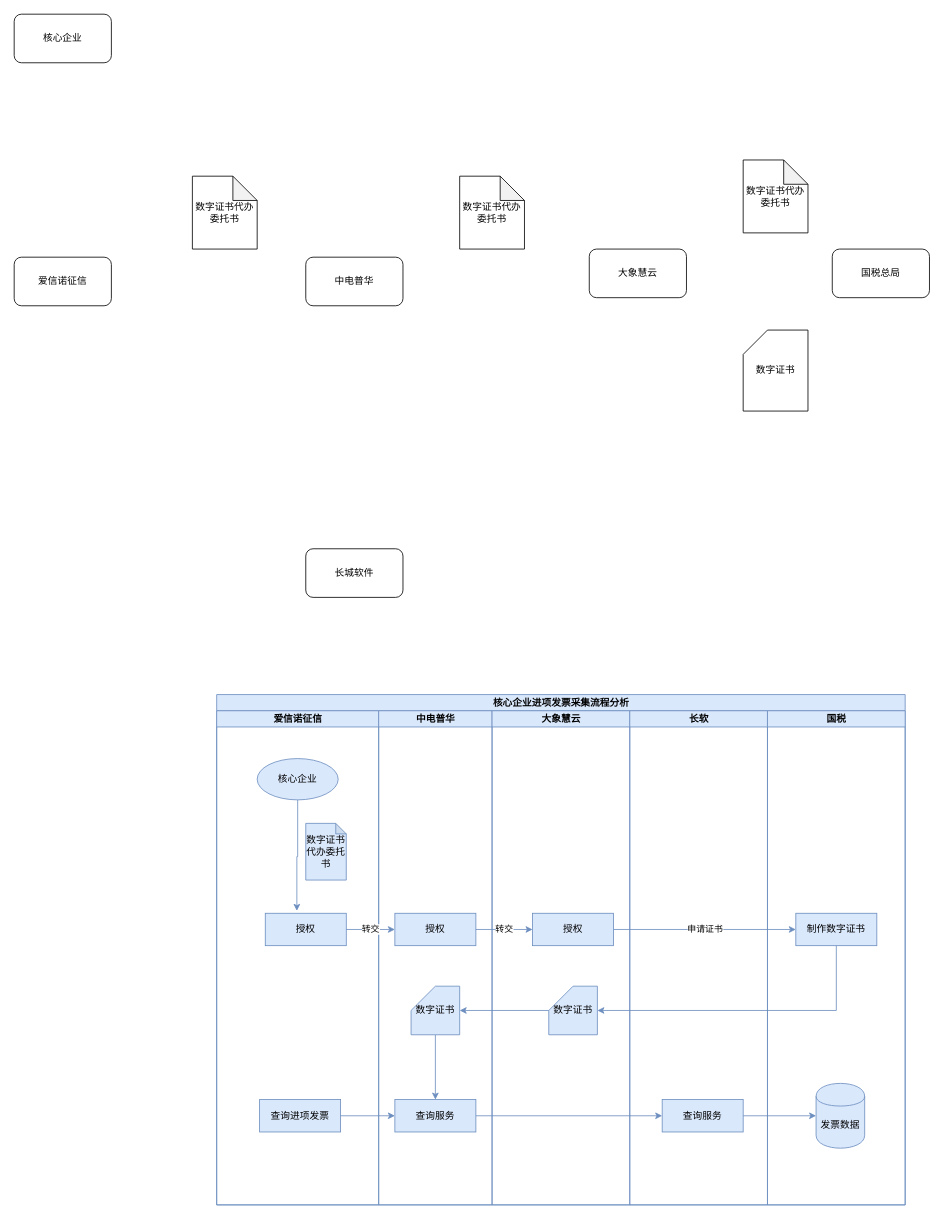
Earlier version of the draw.io diagram 征信进项发票方案.drawio (quanqiang-li/draw). Source tidied: cells renumbered, new cells numbered last; positions are measured from the earlier drawing's top-left corner, leaving out a move shared by most shapes. Both pictures are drawn from the tidied source at 81%, with x=0, y=0 at pixel (14, 14).
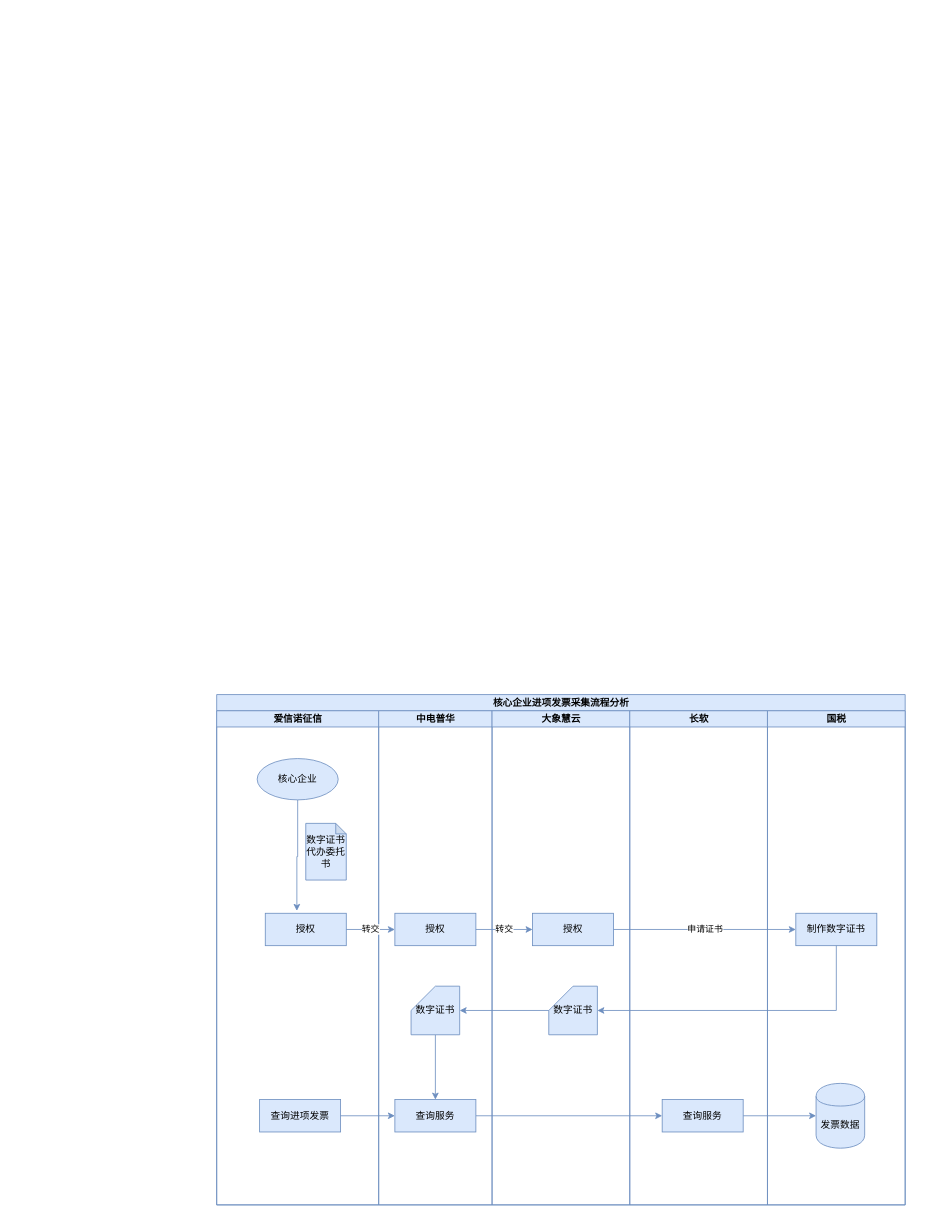
The same page after the edit.

Commit message:
更新征信进项发票方案.drawio

The edit, as a diff of the source:
```diff
@@
-    <mxCell id="2" value="核心企业" style="rounded=1;whiteSpace=wrap;html=1;" parent="1" vertex="1">
-      <mxGeometry width="120" height="60" as="geometry" />
-    </mxCell>
-    <mxCell id="3" value="爱信诺征信" style="rounded=1;whiteSpace=wrap;html=1;" parent="1" vertex="1">
-      <mxGeometry y="300" width="120" height="60" as="geometry" />
-    </mxCell>
-    <mxCell id="4" value="中电普华" style="rounded=1;whiteSpace=wrap;html=1;" parent="1" vertex="1">
-      <mxGeometry x="360" y="300" width="120" height="60" as="geometry" />
-    </mxCell>
-    <mxCell id="5" value="大象慧云" style="rounded=1;whiteSpace=wrap;html=1;" parent="1" vertex="1">
-      <mxGeometry x="710" y="290" width="120" height="60" as="geometry" />
-    </mxCell>
-    <mxCell id="6" value="国税总局" style="rounded=1;whiteSpace=wrap;html=1;" parent="1" vertex="1">
-      <mxGeometry x="1010" y="290" width="120" height="60" as="geometry" />
-    </mxCell>
-    <mxCell id="7" value="长城软件" style="rounded=1;whiteSpace=wrap;html=1;" parent="1" vertex="1">
-      <mxGeometry x="360" y="660" width="120" height="60" as="geometry" />
-    </mxCell>
-    <mxCell id="8" value="数字证书" style="shape=card;whiteSpace=wrap;html=1;" parent="1" vertex="1">
-      <mxGeometry x="900" y="390" width="80" height="100" as="geometry" />
-    </mxCell>
-    <mxCell id="9" value="数字证书代办委托书" style="shape=note;whiteSpace=wrap;html=1;backgroundOutline=1;darkOpacity=0.05;" parent="1" vertex="1">
-      <mxGeometry x="220" y="200" width="80" height="90" as="geometry" />
-    </mxCell>
-    <mxCell id="10" value="数字证书代办委托书" style="shape=note;whiteSpace=wrap;html=1;backgroundOutline=1;darkOpacity=0.05;" parent="1" vertex="1">
-      <mxGeometry x="550" y="200" width="80" height="90" as="geometry" />
-    </mxCell>
-    <mxCell id="11" value="数字证书代办委托书" style="shape=note;whiteSpace=wrap;html=1;backgroundOutline=1;darkOpacity=0.05;" parent="1" vertex="1">
-      <mxGeometry x="900" y="180" width="80" height="90" as="geometry" />
-    </mxCell>
```
